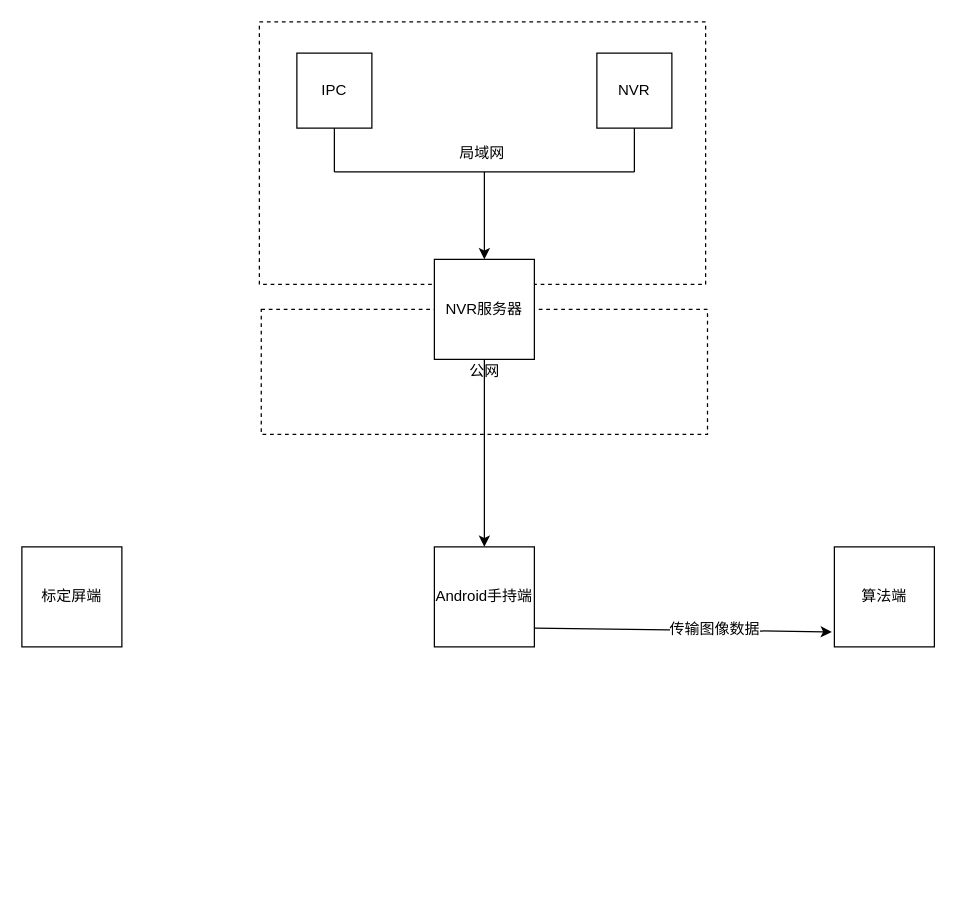
Above: Untitled Diagram.drawio in wellcao/Test5 (draw.io), before the change. Source tidied: cells renumbered, new cells numbered last; positions are measured from the earlier drawing's top-left corner, leaving out a move shared by most shapes. Both pictures are drawn from the tidied source at 125%, with x=0, y=0 at pixel (21, 21).
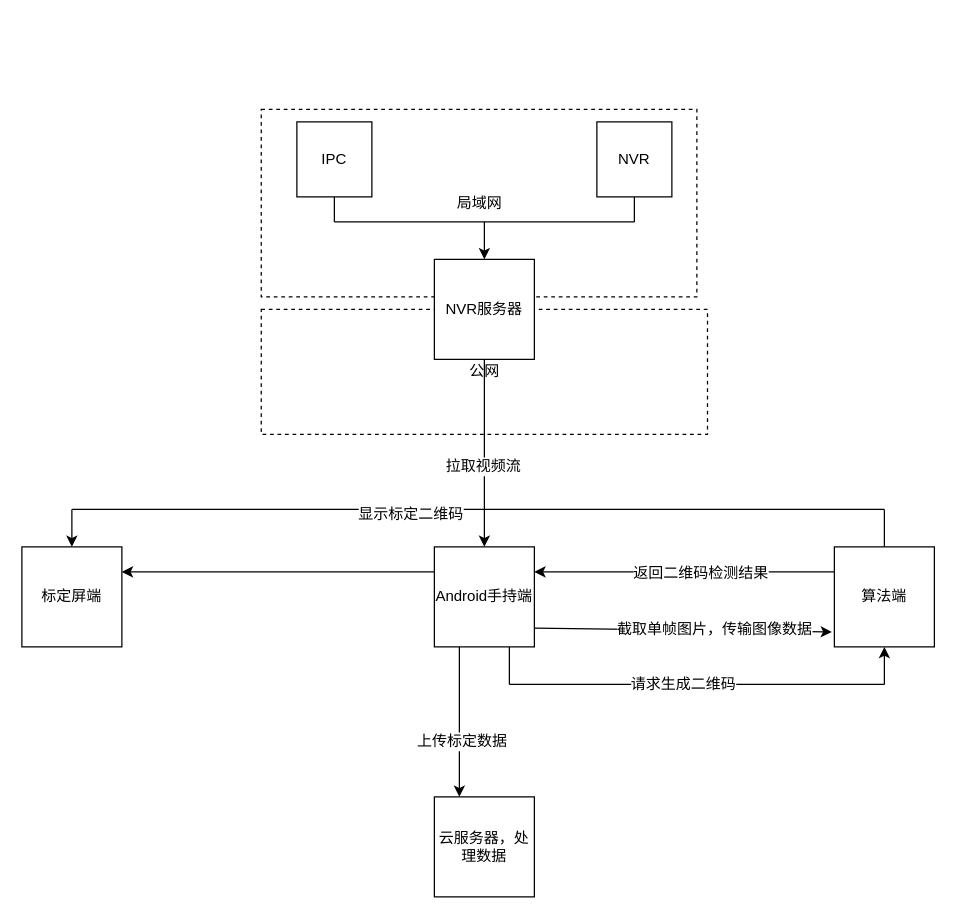
After the change.

The change refers to these unchanged cells:
```xml
<mxCell id="3" value="Android手持端" style="whiteSpace=wrap;html=1;" parent="1" vertex="1">
  <mxGeometry x="330" y="420" width="80" height="80" as="geometry" />
</mxCell>
<mxCell id="4" value="标定屏端" style="whiteSpace=wrap;html=1;" parent="1" vertex="1">
  <mxGeometry y="420" width="80" height="80" as="geometry" />
</mxCell>
<mxCell id="5" value="算法端" style="whiteSpace=wrap;html=1;" parent="1" vertex="1">
  <mxGeometry x="650" y="420" width="80" height="80" as="geometry" />
</mxCell>
<mxCell id="11" value="NVR服务器" style="whiteSpace=wrap;html=1;" parent="1" vertex="1">
  <mxGeometry x="330" y="190" width="80" height="80" as="geometry" />
</mxCell>
<mxCell id="14" style="endArrow=classic;html=1;exitX=0.5;exitY=1;exitDx=0;exitDy=0;" parent="1" edge="1" source="11" target="3">
  <mxGeometry relative="1" as="geometry" />
</mxCell>
<mxCell id="15" style="endArrow=classic;html=1;entryX=-0.025;entryY=0.85;entryDx=0;entryDy=0;entryPerimeter=0;" parent="1" edge="1" target="5">
  <mxGeometry relative="1" as="geometry">
    <mxPoint x="410" y="485" as="sourcePoint" />
  </mxGeometry>
</mxCell>
```

The edit, as a diff of the source:
```diff
@@
     <mxCell id="6" value="局域网" style="rounded=0;whiteSpace=wrap;html=1;dashed=1;" parent="1" vertex="1">
-      <mxGeometry x="190" width="357" height="210" as="geometry" />
+      <mxGeometry x="191.5" y="70" width="348.5" height="150" as="geometry" />
     </mxCell>
     <mxCell id="7" value="IPC" style="whiteSpace=wrap;html=1;" parent="1" vertex="1">
-      <mxGeometry x="220" y="25" width="60" height="60" as="geometry" />
+      <mxGeometry x="220" y="80" width="60" height="60" as="geometry" />
     </mxCell>
     <mxCell id="8" value="NVR" style="whiteSpace=wrap;html=1;" parent="1" vertex="1">
-      <mxGeometry x="460" y="25" width="60" height="60" as="geometry" />
+      <mxGeometry x="460" y="80" width="60" height="60" as="geometry" />
     </mxCell>
     <mxCell id="9" style="endArrow=none;html=1;" parent="1" edge="1">
       <mxGeometry relative="1" as="geometry">
-        <mxPoint x="250" y="120" as="sourcePoint" />
-        <mxPoint x="250" y="85" as="targetPoint" />
+        <mxPoint x="250" y="160" as="sourcePoint" />
+        <mxPoint x="250" y="140" as="targetPoint" />
       </mxGeometry>
     </mxCell>
     <mxCell id="10" style="endArrow=none;html=1;" parent="1" edge="1">
       <mxGeometry relative="1" as="geometry">
-        <mxPoint x="490" y="120" as="sourcePoint" />
-        <mxPoint x="490" y="85" as="targetPoint" />
+        <mxPoint x="490" y="160" as="sourcePoint" />
+        <mxPoint x="490" y="140" as="targetPoint" />
       </mxGeometry>
     </mxCell>
@@
     <mxCell id="12" style="endArrow=none;html=1;" parent="1" edge="1">
       <mxGeometry relative="1" as="geometry">
-        <mxPoint x="250" y="120" as="sourcePoint" />
-        <mxPoint x="490" y="120" as="targetPoint" />
+        <mxPoint x="250" y="160" as="sourcePoint" />
+        <mxPoint x="490" y="160" as="targetPoint" />
       </mxGeometry>
     </mxCell>
     <mxCell id="13" style="endArrow=classic;html=1;entryX=0.5;entryY=0;entryDx=0;entryDy=0;" parent="1" edge="1" target="11">
       <mxGeometry relative="1" as="geometry">
-        <mxPoint x="370" y="120" as="sourcePoint" />
+        <mxPoint x="370" y="160" as="sourcePoint" />
       </mxGeometry>
     </mxCell>
@@
+    <mxCell id="17" value="拉取视频流" style="text;html=1;align=center;verticalAlign=middle;labelBackgroundColor=#ffffff;" parent="14" vertex="1">
+      <mxGeometry x="0.13" y="-2" relative="1" as="geometry" />
+    </mxCell>
@@
-    <mxCell id="16" value="传输图像数据" style="text;html=1;align=center;verticalAlign=middle;labelBackgroundColor=#ffffff;" parent="15" vertex="1">
+    <mxCell id="16" value="截取单帧图片，传输图像数据" style="text;html=1;align=center;verticalAlign=middle;labelBackgroundColor=#ffffff;" parent="15" vertex="1">
       <mxGeometry x="0.2" y="1" relative="1" as="geometry" />
     </mxCell>
+    <mxCell id="18" style="endArrow=classic;html=1;exitX=0;exitY=0.25;exitDx=0;exitDy=0;entryX=1;entryY=0.25;entryDx=0;entryDy=0;" parent="1" edge="1" source="5" target="3">
+      <mxGeometry relative="1" as="geometry" />
+    </mxCell>
+    <mxCell id="19" value="返回二维码检测结果" style="text;html=1;align=center;verticalAlign=middle;labelBackgroundColor=#ffffff;" parent="18" vertex="1">
+      <mxGeometry x="-0.1" relative="1" as="geometry" />
+    </mxCell>
+    <mxCell id="20" style="endArrow=classic;html=1;exitX=0;exitY=0.25;exitDx=0;exitDy=0;entryX=1;entryY=0.25;entryDx=0;entryDy=0;" parent="1" edge="1" source="3" target="4">
+      <mxGeometry relative="1" as="geometry" />
+    </mxCell>
+    <mxCell id="21" style="endArrow=none;html=1;" parent="1" edge="1">
+      <mxGeometry relative="1" as="geometry">
+        <mxPoint x="690" y="420" as="sourcePoint" />
+        <mxPoint x="690" y="390" as="targetPoint" />
+      </mxGeometry>
+    </mxCell>
+    <mxCell id="22" style="endArrow=none;html=1;" parent="1" edge="1">
+      <mxGeometry relative="1" as="geometry">
+        <mxPoint x="40" y="390" as="sourcePoint" />
+        <mxPoint x="690" y="390" as="targetPoint" />
+      </mxGeometry>
+    </mxCell>
+    <mxCell id="23" value="显示标定二维码" style="text;html=1;align=center;verticalAlign=middle;labelBackgroundColor=#ffffff;" parent="22" vertex="1">
+      <mxGeometry x="-0.17" y="-3" relative="1" as="geometry" />
+    </mxCell>
+    <mxCell id="24" style="endArrow=classic;html=1;" parent="1" edge="1">
+      <mxGeometry relative="1" as="geometry">
+        <mxPoint x="40" y="390" as="sourcePoint" />
+        <mxPoint x="40" y="420" as="targetPoint" />
+      </mxGeometry>
+    </mxCell>
+    <mxCell id="25" style="endArrow=none;html=1;entryX=0.75;entryY=1;entryDx=0;entryDy=0;" parent="1" edge="1" target="3">
+      <mxGeometry relative="1" as="geometry">
+        <mxPoint x="390" y="530" as="sourcePoint" />
+      </mxGeometry>
+    </mxCell>
+    <mxCell id="26" style="endArrow=none;html=1;" parent="1" edge="1">
+      <mxGeometry relative="1" as="geometry">
+        <mxPoint x="690" y="530" as="sourcePoint" />
+        <mxPoint x="390" y="530" as="targetPoint" />
+      </mxGeometry>
+    </mxCell>
+    <mxCell id="27" value="请求生成二维码" style="text;html=1;align=center;verticalAlign=middle;labelBackgroundColor=#ffffff;" parent="26" vertex="1">
+      <mxGeometry x="0.08" y="-1" relative="1" as="geometry" />
+    </mxCell>
+    <mxCell id="28" style="endArrow=classic;html=1;entryX=0.5;entryY=1;entryDx=0;entryDy=0;" parent="1" edge="1" target="5">
+      <mxGeometry relative="1" as="geometry">
+        <mxPoint x="690" y="530" as="sourcePoint" />
+      </mxGeometry>
+    </mxCell>
+    <mxCell id="29" value="云服务器，处理数据" style="whiteSpace=wrap;html=1;" parent="1" vertex="1">
+      <mxGeometry x="330" y="620" width="80" height="80" as="geometry" />
+    </mxCell>
+    <mxCell id="30" style="endArrow=classic;html=1;exitX=0.25;exitY=1;exitDx=0;exitDy=0;entryX=0.25;entryY=0;entryDx=0;entryDy=0;" parent="1" edge="1" source="3" target="29">
+      <mxGeometry relative="1" as="geometry" />
+    </mxCell>
+    <mxCell id="31" value="上传标定数据" style="text;html=1;align=center;verticalAlign=middle;labelBackgroundColor=#ffffff;" parent="30" vertex="1">
+      <mxGeometry x="0.25" y="1" relative="1" as="geometry" />
+    </mxCell>
```
